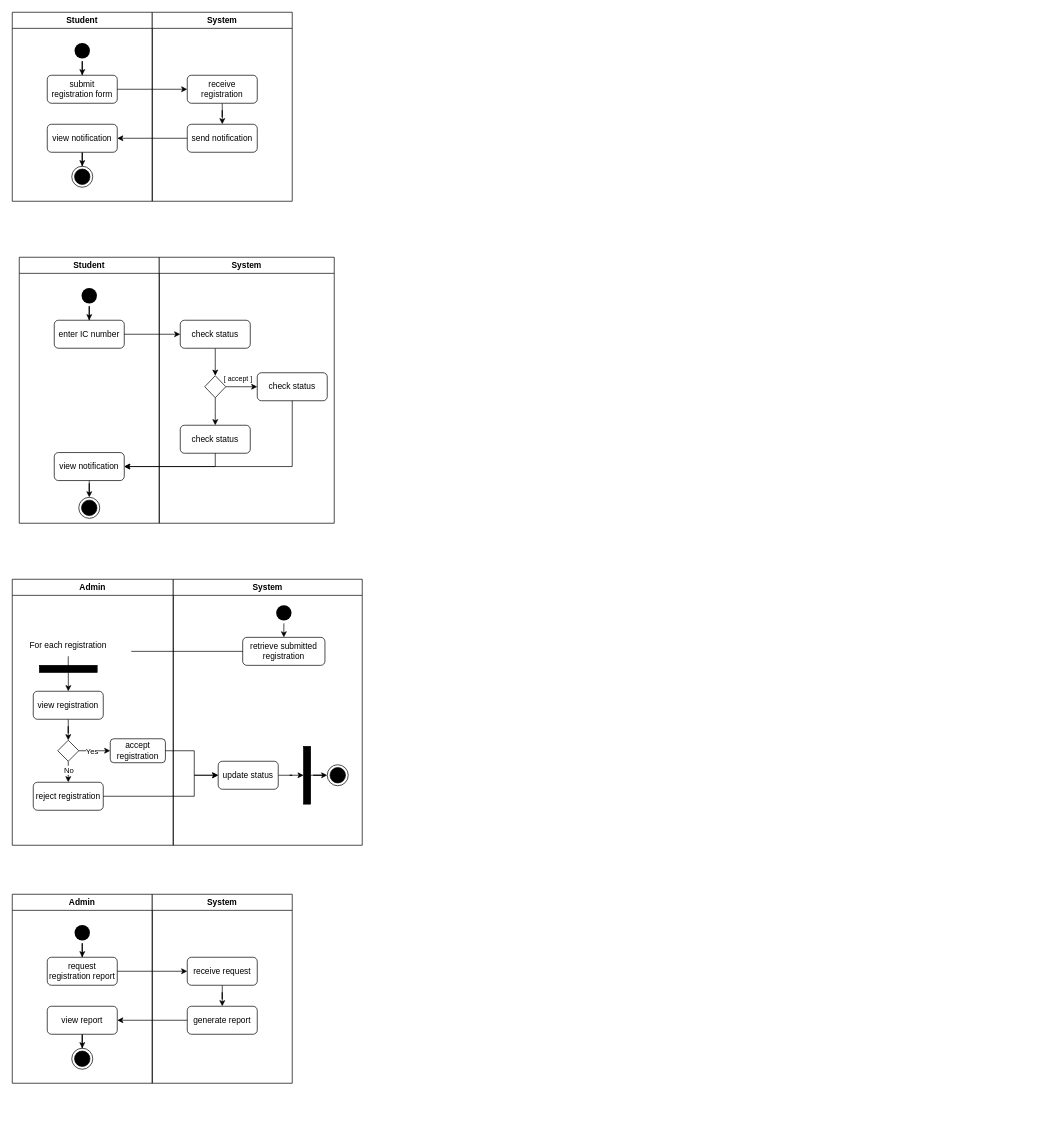
i4GS/test keeps this draw.io diagram as sad_tutorial.drawio. Above is the earlier version. Source tidied: cells renumbered, new cells numbered last; positions are measured from the earlier drawing's top-left corner, leaving out a move shared by most shapes. Both pictures are drawn from the tidied source at 70%, with x=0, y=0 at pixel (12, 12).
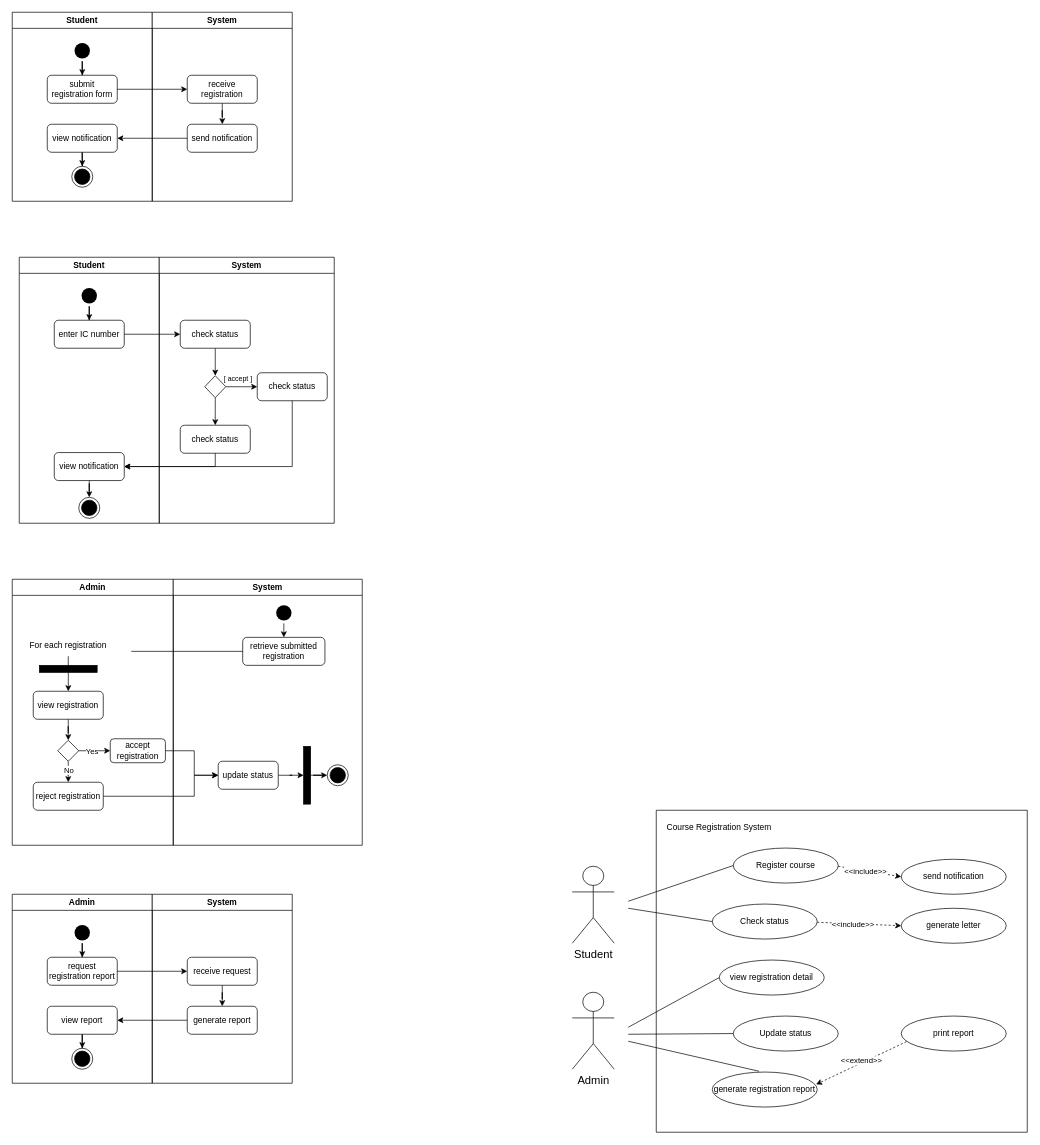
The same diagram, later.

Change to the diagram source:
```diff
@@
+    <mxCell id="73" style="swimlane;startSize=0;" parent="1" vertex="1">
+      <mxGeometry x="920" y="1140" width="530" height="460" as="geometry" />
+    </mxCell>
+    <mxCell id="74" value="Course Registration System" style="text;html=1;strokeColor=none;fillColor=none;align=center;verticalAlign=middle;whiteSpace=wrap;rounded=0;" parent="73" vertex="1">
+      <mxGeometry x="-5" y="10" width="190" height="30" as="geometry" />
+    </mxCell>
+    <mxCell id="75" value="Register course" style="ellipse;whiteSpace=wrap;html=1;" parent="73" vertex="1">
+      <mxGeometry x="110" y="54" width="150" height="50" as="geometry" />
+    </mxCell>
+    <mxCell id="76" value="Check status" style="ellipse;whiteSpace=wrap;html=1;" parent="73" vertex="1">
+      <mxGeometry x="80" y="134" width="150" height="50" as="geometry" />
+    </mxCell>
+    <mxCell id="77" value="view registration detail" style="ellipse;whiteSpace=wrap;html=1;" parent="73" vertex="1">
+      <mxGeometry x="90" y="214" width="150" height="50" as="geometry" />
+    </mxCell>
+    <mxCell id="78" value="Update status" style="ellipse;whiteSpace=wrap;html=1;" parent="73" vertex="1">
+      <mxGeometry x="110" y="294" width="150" height="50" as="geometry" />
+    </mxCell>
+    <mxCell id="79" value="generate registration report" style="ellipse;whiteSpace=wrap;html=1;" parent="73" vertex="1">
+      <mxGeometry x="80" y="374" width="150" height="50" as="geometry" />
+    </mxCell>
+    <mxCell id="80" value="print report" style="ellipse;whiteSpace=wrap;html=1;" parent="73" vertex="1">
+      <mxGeometry x="350" y="294" width="150" height="50" as="geometry" />
+    </mxCell>
+    <mxCell id="81" value="send notification" style="ellipse;whiteSpace=wrap;html=1;" parent="73" vertex="1">
+      <mxGeometry x="350" y="70" width="150" height="50" as="geometry" />
+    </mxCell>
+    <mxCell id="82" value="generate letter" style="ellipse;whiteSpace=wrap;html=1;" parent="73" vertex="1">
+      <mxGeometry x="350" y="140" width="150" height="50" as="geometry" />
+    </mxCell>
+    <mxCell id="83" style="endArrow=classic;html=1;rounded=0;entryX=0.989;entryY=0.353;entryDx=0;entryDy=0;entryPerimeter=0;exitX=0.05;exitY=0.731;exitDx=0;exitDy=0;exitPerimeter=0;dashed=1;" parent="73" edge="1" source="80" target="79">
+      <mxGeometry relative="1" as="geometry" />
+    </mxCell>
+    <mxCell id="84" value="&amp;lt;&amp;lt;extend&amp;gt;&amp;gt;" style="edgeLabel;html=1;align=center;verticalAlign=middle;" parent="83" vertex="1">
+      <mxGeometry x="-0.02" y="-3" relative="1" as="geometry" />
+    </mxCell>
+    <mxCell id="85" style="endArrow=classic;html=1;rounded=0;entryX=0;entryY=0.5;entryDx=0;entryDy=0;dashed=1;" parent="73" edge="1" target="81">
+      <mxGeometry relative="1" as="geometry">
+        <mxPoint x="260" y="80" as="sourcePoint" />
+      </mxGeometry>
+    </mxCell>
+    <mxCell id="86" value="&amp;lt;&amp;lt;include&amp;gt;&amp;gt;" style="edgeLabel;html=1;align=center;verticalAlign=middle;" parent="85" vertex="1">
+      <mxGeometry x="-0.27" relative="1" as="geometry">
+        <mxPoint x="6" y="1" as="offset" />
+      </mxGeometry>
+    </mxCell>
+    <mxCell id="87" style="endArrow=classic;html=1;rounded=0;entryX=0;entryY=0.5;entryDx=0;entryDy=0;dashed=1;" parent="73" edge="1" target="82">
+      <mxGeometry relative="1" as="geometry">
+        <mxPoint x="230" y="160" as="sourcePoint" />
+      </mxGeometry>
+    </mxCell>
+    <mxCell id="88" value="&amp;lt;&amp;lt;include&amp;gt;&amp;gt;" style="edgeLabel;html=1;align=center;verticalAlign=middle;" parent="87" vertex="1">
+      <mxGeometry x="-0.15" relative="1" as="geometry" />
+    </mxCell>
+    <mxCell id="89" value="&lt;font style=&quot;font-size: 16px;&quot;&gt;Student&lt;/font&gt;" style="shape=umlActor;verticalLabelPosition=bottom;verticalAlign=top;html=1;" parent="1" vertex="1">
+      <mxGeometry x="800" y="1220" width="60" height="110" as="geometry" />
+    </mxCell>
+    <mxCell id="90" value="&lt;font style=&quot;font-size: 16px;&quot;&gt;Admin&lt;/font&gt;" style="shape=umlActor;verticalLabelPosition=bottom;verticalAlign=top;html=1;" parent="1" vertex="1">
+      <mxGeometry x="800" y="1400" width="60" height="110" as="geometry" />
+    </mxCell>
+    <mxCell id="91" style="endArrow=none;html=1;rounded=0;entryX=0;entryY=0.5;entryDx=0;entryDy=0;" parent="1" edge="1" target="75">
+      <mxGeometry relative="1" as="geometry">
+        <mxPoint x="880" y="1270" as="sourcePoint" />
+      </mxGeometry>
+    </mxCell>
+    <mxCell id="92" style="endArrow=none;html=1;rounded=0;entryX=0;entryY=0.5;entryDx=0;entryDy=0;" parent="1" edge="1" target="76">
+      <mxGeometry relative="1" as="geometry">
+        <mxPoint x="880" y="1280" as="sourcePoint" />
+      </mxGeometry>
+    </mxCell>
+    <mxCell id="93" style="endArrow=none;html=1;rounded=0;entryX=0;entryY=0.5;entryDx=0;entryDy=0;" parent="1" edge="1" target="77">
+      <mxGeometry relative="1" as="geometry">
+        <mxPoint x="880" y="1450" as="sourcePoint" />
+      </mxGeometry>
+    </mxCell>
+    <mxCell id="94" style="endArrow=none;html=1;rounded=0;entryX=0;entryY=0.5;entryDx=0;entryDy=0;" parent="1" edge="1" target="78">
+      <mxGeometry relative="1" as="geometry">
+        <mxPoint x="880" y="1460" as="sourcePoint" />
+      </mxGeometry>
+    </mxCell>
+    <mxCell id="95" style="endArrow=none;html=1;rounded=0;entryX=0.446;entryY=-0.022;entryDx=0;entryDy=0;entryPerimeter=0;" parent="1" edge="1" target="79">
+      <mxGeometry relative="1" as="geometry">
+        <mxPoint x="880" y="1470" as="sourcePoint" />
+      </mxGeometry>
+    </mxCell>
```
